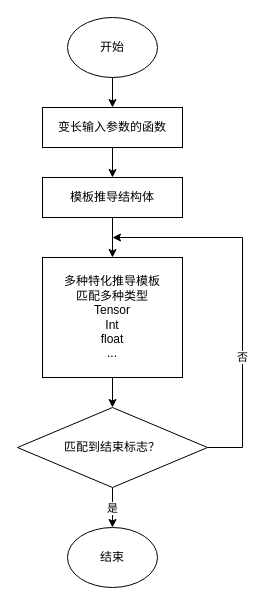
The draw.io diagram page "func-match" (4 of 5) of custom_op.drawio in chenwhql/diagrams, before the edit. Source tidied: cells renumbered, new cells numbered last; positions are measured from the earlier drawing's top-left corner, leaving out a move shared by most shapes. Both pictures are drawn from the tidied source at 100%, with x=0, y=0 at pixel (17, 17).
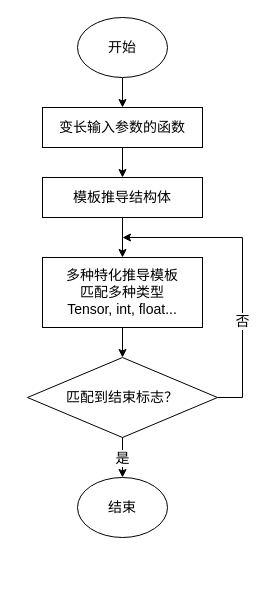
After the change.

What changed in the source:
```diff
@@
 <mxGraphModel>
   <root>
     <mxCell id="0" />
     <mxCell id="1" parent="0" />
-    <mxCell id="2" style="edgeStyle=orthogonalEdgeStyle;rounded=0;jettySize=auto;html=1;exitX=0.5;exitY=1;exitDx=0;exitDy=0;entryX=0.5;entryY=0;entryDx=0;entryDy=0;" parent="1" edge="1" source="3" target="5">
+    <mxCell id="2" style="edgeStyle=orthogonalEdgeStyle;rounded=0;jettySize=auto;html=1;exitX=0.5;exitY=1;exitDx=0;exitDy=0;entryX=0.5;entryY=0;entryDx=0;entryDy=0;fontSize=14;" parent="1" edge="1" source="3" target="5">
       <mxGeometry relative="1" as="geometry" />
     </mxCell>
-    <mxCell id="3" value="变长输入参数的函数" style="rounded=0;whiteSpace=wrap;html=1;" parent="1" vertex="1">
-      <mxGeometry x="25" y="90" width="140" height="40" as="geometry" />
+    <mxCell id="3" value="变长输入参数的函数" style="rounded=0;whiteSpace=wrap;html=1;fontSize=14;" parent="1" vertex="1">
+      <mxGeometry x="25" y="90" width="160" height="40" as="geometry" />
     </mxCell>
-    <mxCell id="4" style="edgeStyle=orthogonalEdgeStyle;rounded=0;jettySize=auto;html=1;exitX=0.5;exitY=1;exitDx=0;exitDy=0;entryX=0.5;entryY=0;entryDx=0;entryDy=0;" parent="1" edge="1" source="5" target="9">
+    <mxCell id="4" style="edgeStyle=orthogonalEdgeStyle;rounded=0;jettySize=auto;html=1;exitX=0.5;exitY=1;exitDx=0;exitDy=0;entryX=0.5;entryY=0;entryDx=0;entryDy=0;fontSize=14;" parent="1" edge="1" source="5" target="9">
       <mxGeometry relative="1" as="geometry" />
     </mxCell>
-    <mxCell id="5" value="模板推导结构体" style="rounded=0;whiteSpace=wrap;html=1;" parent="1" vertex="1">
-      <mxGeometry x="25" y="160" width="140" height="40" as="geometry" />
+    <mxCell id="5" value="模板推导结构体" style="rounded=0;whiteSpace=wrap;html=1;fontSize=14;" parent="1" vertex="1">
+      <mxGeometry x="25" y="160" width="160" height="40" as="geometry" />
     </mxCell>
-    <mxCell id="6" style="edgeStyle=orthogonalEdgeStyle;rounded=0;jettySize=auto;html=1;exitX=0.5;exitY=1;exitDx=0;exitDy=0;entryX=0.5;entryY=0;entryDx=0;entryDy=0;" parent="1" edge="1" source="7" target="3">
+    <mxCell id="6" style="edgeStyle=orthogonalEdgeStyle;rounded=0;jettySize=auto;html=1;exitX=0.5;exitY=1;exitDx=0;exitDy=0;entryX=0.5;entryY=0;entryDx=0;entryDy=0;fontSize=14;" parent="1" edge="1" source="7" target="3">
       <mxGeometry relative="1" as="geometry" />
     </mxCell>
-    <mxCell id="7" value="开始" style="ellipse;whiteSpace=wrap;html=1;" parent="1" vertex="1">
-      <mxGeometry x="50" width="90" height="60" as="geometry" />
+    <mxCell id="7" value="开始" style="ellipse;whiteSpace=wrap;html=1;fontSize=14;" parent="1" vertex="1">
+      <mxGeometry x="60" width="90" height="60" as="geometry" />
     </mxCell>
-    <mxCell id="8" style="edgeStyle=orthogonalEdgeStyle;rounded=0;jettySize=auto;html=1;exitX=0.5;exitY=1;exitDx=0;exitDy=0;entryX=0.5;entryY=0;entryDx=0;entryDy=0;" parent="1" edge="1" source="9" target="14">
+    <mxCell id="8" style="edgeStyle=orthogonalEdgeStyle;rounded=0;jettySize=auto;html=1;exitX=0.5;exitY=1;exitDx=0;exitDy=0;entryX=0.5;entryY=0;entryDx=0;entryDy=0;fontSize=14;" parent="1" edge="1" source="9" target="14">
       <mxGeometry relative="1" as="geometry" />
     </mxCell>
-    <mxCell id="9" value="多种特化推导模板&lt;br&gt;匹配多种类型&lt;br&gt;Tensor&lt;br&gt;Int&lt;br&gt;float&lt;br&gt;..." style="rounded=0;whiteSpace=wrap;html=1;" parent="1" vertex="1">
-      <mxGeometry x="25" y="240" width="140" height="120" as="geometry" />
+    <mxCell id="9" value="多种特化推导模板&lt;br style=&quot;font-size: 14px;&quot;&gt;匹配多种类型&lt;br style=&quot;font-size: 14px;&quot;&gt;Tensor, int, float..." style="rounded=0;whiteSpace=wrap;html=1;fontSize=14;" parent="1" vertex="1">
+      <mxGeometry x="25" y="240" width="160" height="70" as="geometry" />
     </mxCell>
-    <mxCell id="10" style="edgeStyle=orthogonalEdgeStyle;rounded=0;jettySize=auto;html=1;exitX=1;exitY=0.5;exitDx=0;exitDy=0;" parent="1" edge="1" source="14">
+    <mxCell id="10" style="edgeStyle=orthogonalEdgeStyle;rounded=0;jettySize=auto;html=1;exitX=1;exitY=0.5;exitDx=0;exitDy=0;fontSize=14;" parent="1" edge="1" source="14">
       <mxGeometry relative="1" as="geometry">
-        <mxPoint x="95" y="220" as="targetPoint" />
+        <mxPoint x="105" y="220" as="targetPoint" />
         <Array as="points">
-          <mxPoint x="225" y="430" />
+          <mxPoint x="225" y="380" />
           <mxPoint x="225" y="220" />
         </Array>
       </mxGeometry>
     </mxCell>
-    <mxCell id="11" value="否" style="edgeLabel;html=1;align=center;verticalAlign=middle;" parent="10" vertex="1">
+    <mxCell id="11" value="否" style="edgeLabel;html=1;align=center;verticalAlign=middle;fontSize=14;" parent="10" vertex="1">
       <mxGeometry x="-0.33" y="1" relative="1" as="geometry" />
     </mxCell>
-    <mxCell id="12" style="edgeStyle=orthogonalEdgeStyle;rounded=0;jettySize=auto;html=1;exitX=0.5;exitY=1;exitDx=0;exitDy=0;entryX=0.5;entryY=0;entryDx=0;entryDy=0;" parent="1" edge="1" source="14" target="15">
+    <mxCell id="12" style="edgeStyle=orthogonalEdgeStyle;rounded=0;jettySize=auto;html=1;exitX=0.5;exitY=1;exitDx=0;exitDy=0;entryX=0.5;entryY=0;entryDx=0;entryDy=0;fontSize=14;" parent="1" edge="1" source="14" target="15">
       <mxGeometry relative="1" as="geometry" />
     </mxCell>
-    <mxCell id="13" value="是" style="edgeLabel;html=1;align=center;verticalAlign=middle;" parent="12" vertex="1">
+    <mxCell id="13" value="是" style="edgeLabel;html=1;align=center;verticalAlign=middle;fontSize=14;" parent="12" vertex="1">
       <mxGeometry y="-1" relative="1" as="geometry" />
     </mxCell>
-    <mxCell id="14" value="匹配到结束标志？" style="rhombus;whiteSpace=wrap;html=1;" parent="1" vertex="1">
-      <mxGeometry y="390" width="190" height="80" as="geometry" />
+    <mxCell id="14" value="匹配到结束标志？" style="rhombus;whiteSpace=wrap;html=1;fontSize=14;" parent="1" vertex="1">
+      <mxGeometry x="10" y="340" width="190" height="80" as="geometry" />
     </mxCell>
-    <mxCell id="15" value="结束" style="ellipse;whiteSpace=wrap;html=1;" parent="1" vertex="1">
-      <mxGeometry x="50" y="510" width="90" height="60" as="geometry" />
+    <mxCell id="15" value="结束" style="ellipse;whiteSpace=wrap;html=1;fontSize=14;" parent="1" vertex="1">
+      <mxGeometry x="60" y="460" width="90" height="60" as="geometry" />
     </mxCell>
   </root>
 </mxGraphModel>
```
